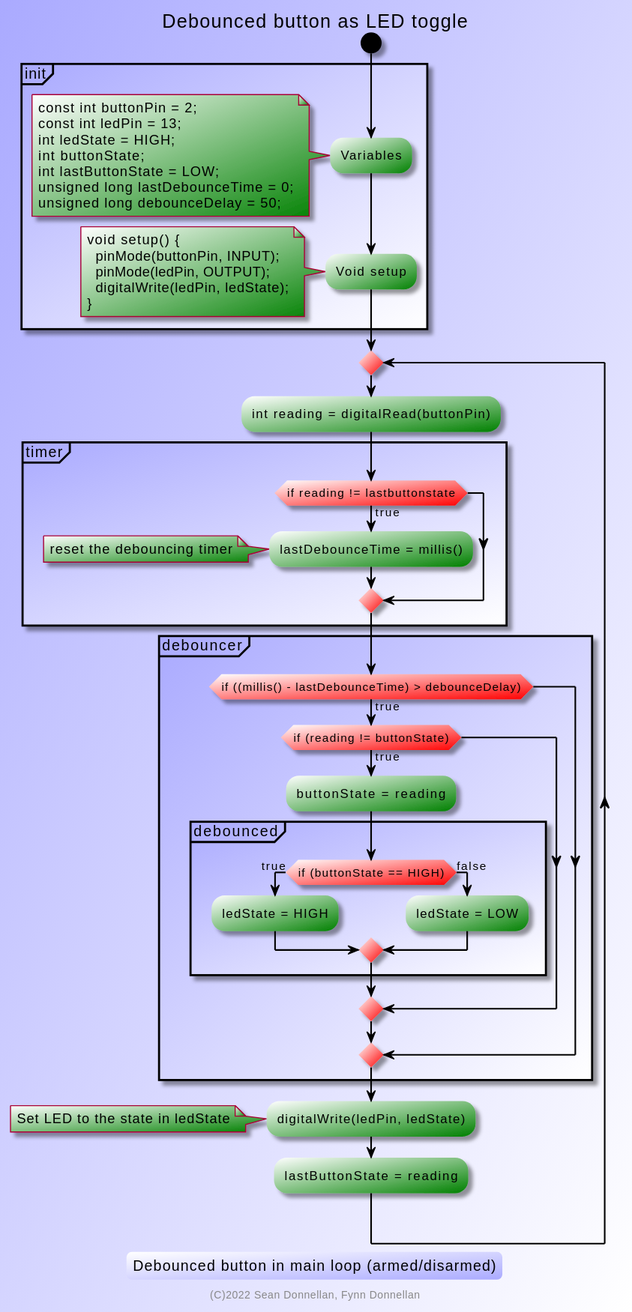
Before: images/debounce2.svg, a diagram exported from PlantUML (donnels/kerbal-control). The source it was exported from:
```plantuml
@startuml
title Debounced button as LED toggle
footer (C)2022 Sean Donnellan, Fynn Donnellan

skinparam activity {
  StartColor black
  BarColor black/blue
  EndColor black
  BackgroundColor #fff/green
  DiamondBackgroundColor #fff/red
  BorderColor black
  BorderThickness 0
}
skinparam note {
  BackgroundColor #fff/green
}
skinparam ArrowColor black
skinparam BackgroundColor #aaf/fff
skinparam legendBackgroundColor #fff/aaf
skinparam LegendBorderThickness 0
skinparam PartitionBackgroundColor #aaf/fff

start
  partition init {
    :Variables;
    note left
      const int buttonPin = 2;
      const int ledPin = 13;
      int ledState = HIGH;
      int buttonState;
      int lastButtonState = LOW;
      unsigned long lastDebounceTime = 0;
      unsigned long debounceDelay = 50;
    end note
    :Void setup;
    note left
      void setup() {
        pinMode(buttonPin, INPUT);
        pinMode(ledPin, OUTPUT);
        digitalWrite(ledPin, ledState);
      }
    end note
  }
	repeat
	  :int reading = digitalRead(buttonPin);
    partition timer {
      if (if reading != lastbuttonstate) then (true)
	    :lastDebounceTime = millis();
      note left
        reset the debouncing timer
      end note
      endif
    }
    partition debouncer {
      if (if ((millis() - lastDebounceTime) > debounceDelay)) then (true)
        if (if (reading != buttonState)) then (true)
          :buttonState = reading;
	        partition debounced {
          	if (if (buttonState == HIGH)) then (true)
            		:ledState = HIGH;
            else (false)
            		:ledState = LOW;
          	endif
	        }
        endif
      endif
    }
    :digitalWrite(ledPin, ledState);
    note left
    	Set LED to the state in ledState
    end note
    :lastButtonState = reading;


legend
Debounced button in main loop (armed/disarmed)
end legend



@enduml
```
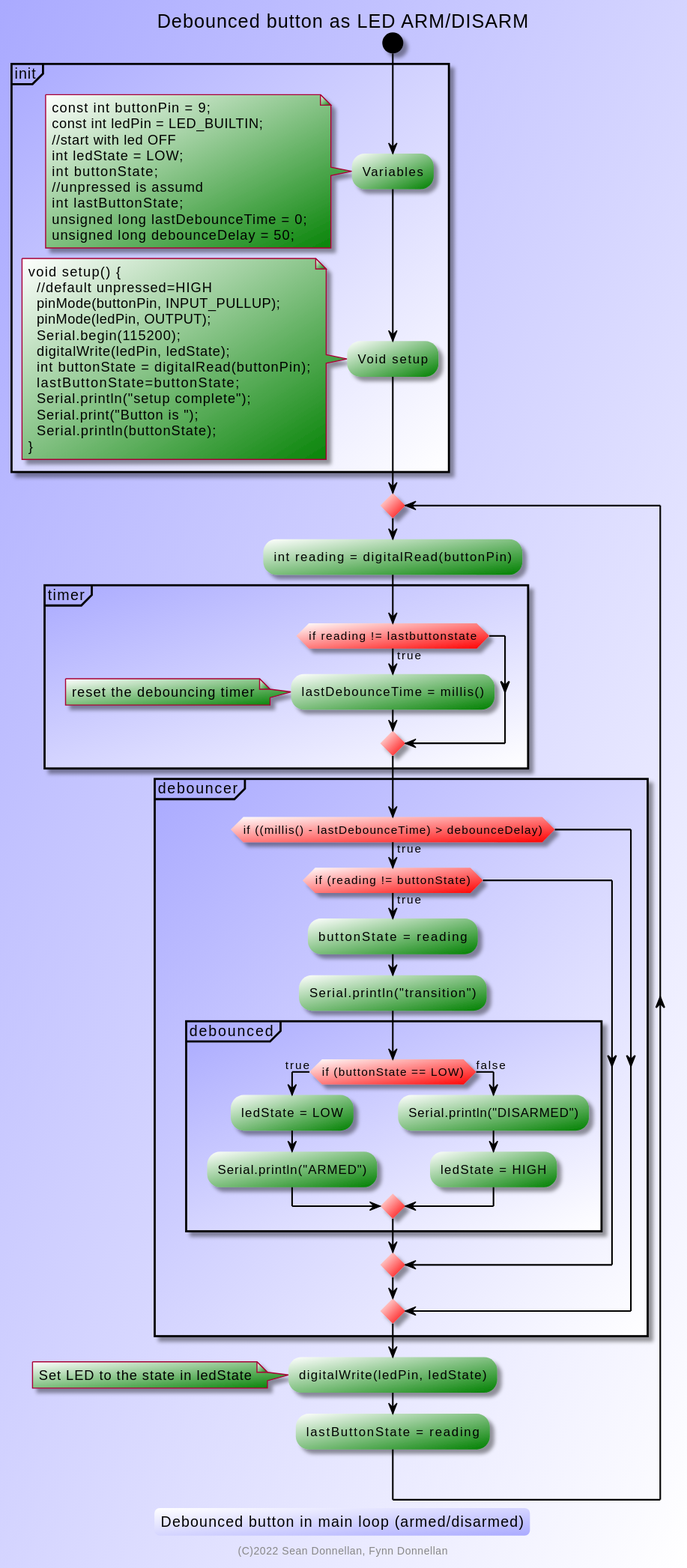
Above is the later version.

Diff of the diagram source:
```diff
@@ -1,5 +1,5 @@
 @startuml
-title Debounced button as LED toggle
+title Debounced button as LED ARM/DISARM
 footer (C)2022 Sean Donnellan, Fynn Donnellan
 
 skinparam activity {
@@ -24,20 +24,29 @@
   partition init {
     :Variables;
     note left
-      const int buttonPin = 2;
-      const int ledPin = 13;
-      int ledState = HIGH;
+      const int buttonPin = 9;
+      const int ledPin = LED_BUILTIN;
+      //start with led OFF
+      int ledState = LOW;
       int buttonState;
-      int lastButtonState = LOW;
+      //unpressed is assumd
+      int lastButtonState;
       unsigned long lastDebounceTime = 0;
       unsigned long debounceDelay = 50;
     end note
     :Void setup;
     note left
       void setup() {
-        pinMode(buttonPin, INPUT);
+        //default unpressed=HIGH
+        pinMode(buttonPin, INPUT_PULLUP);
         pinMode(ledPin, OUTPUT);
+        Serial.begin(115200);
         digitalWrite(ledPin, ledState);
+        int buttonState = digitalRead(buttonPin);
+        lastButtonState=buttonState;
+        Serial.println("setup complete");
+        Serial.print("Button is ");
+        Serial.println(buttonState);
       }
     end note
   }
@@ -55,11 +64,14 @@
       if (if ((millis() - lastDebounceTime) > debounceDelay)) then (true)
         if (if (reading != buttonState)) then (true)
           :buttonState = reading;
+          :Serial.println("transition");
 	        partition debounced {
-          	if (if (buttonState == HIGH)) then (true)
-            		:ledState = HIGH;
+          	if (if (buttonState == LOW)) then (true)
+            	:ledState = LOW;
+              :Serial.println("ARMED");
             else (false)
-            		:ledState = LOW;
+              :Serial.println("DISARMED");
+              :ledState = HIGH;
           	endif
 	        }
         endif
```
